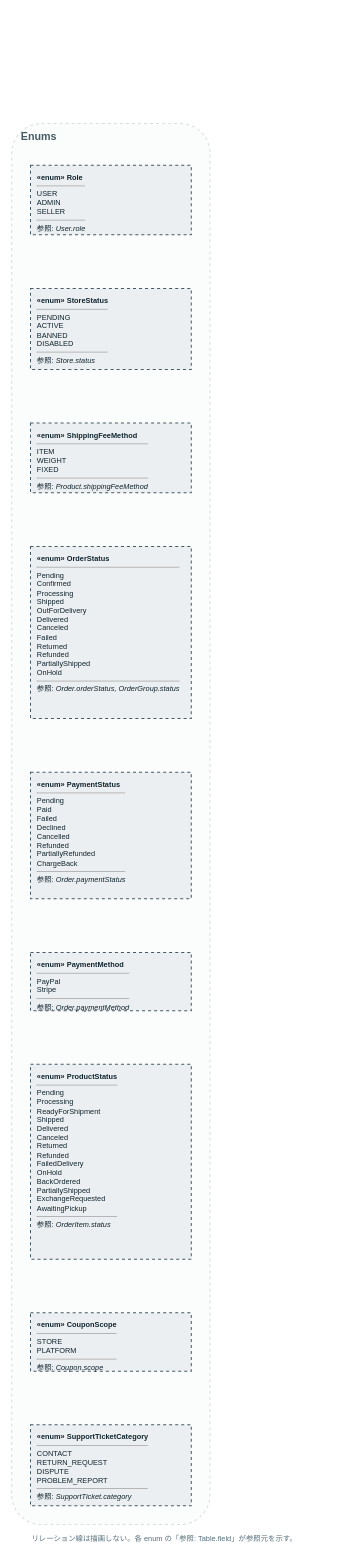
myoshi2891/Multi-Vendor-E-Commerce keeps this draw.io diagram as page "10. Enums" (10 of 10) of docs/architecture/data-model.drawio. Above is the earlier version. Source tidied: cells renumbered, new cells numbered last; positions are measured from the earlier drawing's top-left corner, leaving out a move shared by most shapes. Both pictures are drawn from the tidied source at 67%, with x=0, y=0 at pixel (11, 123).
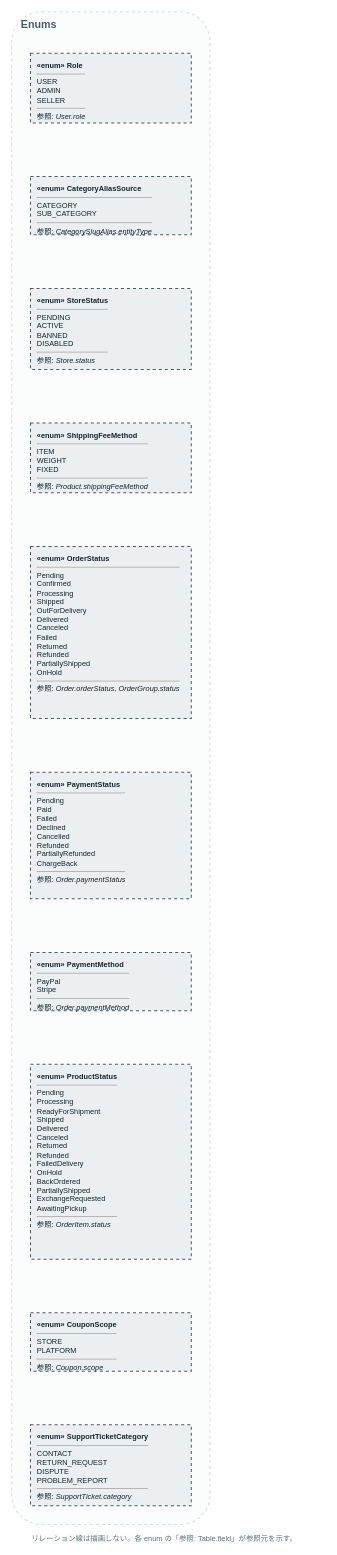
The same diagram, later.

Commit message (it also covers changes not shown here):
feat(db): add category tree columns and CategorySlugAlias (Phase A)

The edit, as a diff of the source:
```diff
@@
 <mxGraphModel>
   <root>
     <mxCell id="0" />
     <mxCell id="1" parent="0" />
     <mxCell id="2" style="rounded=1;fillColor=#ECEFF1;opacity=20;strokeColor=#455A64;dashed=1;strokeWidth=1.5;verticalAlign=top;" parent="1" vertex="1">
-      <mxGeometry width="296" height="2091" as="geometry" />
+      <mxGeometry y="-167" width="296" height="2258" as="geometry" />
     </mxCell>
     <mxCell id="3" value="Enums" style="text;html=1;fontSize=16;fontStyle=1;fontColor=#455A64;align=left;verticalAlign=middle;" parent="1" vertex="1">
-      <mxGeometry x="12" y="6" width="272" height="26" as="geometry" />
+      <mxGeometry x="12" y="-161" width="272" height="26" as="geometry" />
     </mxCell>
     <mxCell id="4" value="リレーション線は描画しない。各 enum の「参照: Table.field」が参照元を示す。" style="text;html=1;fontSize=11;fontColor=#546E7A;align=left;" parent="1" vertex="1">
       <mxGeometry x="28" y="2099" width="440" height="20" as="geometry" />
     </mxCell>
     <mxCell id="5" value="&lt;b&gt;«enum» Role&lt;/b&gt;&lt;hr size=&quot;1&quot;/&gt;USER&lt;br/&gt;ADMIN&lt;br/&gt;SELLER&lt;hr size=&quot;1&quot;/&gt;参照: &lt;i&gt;User.role&lt;/i&gt;" style="rounded=2;whiteSpace=wrap;html=1;align=left;verticalAlign=top;spacingLeft=8;spacingTop=5;fillColor=#ECEFF1;strokeColor=#455A64;strokeWidth=1.5;fontSize=11;fontColor=#10242E;dashed=1;" parent="1" vertex="1">
-      <mxGeometry x="28" y="62" width="240" height="104" as="geometry" />
+      <mxGeometry x="28" y="-105" width="240" height="104" as="geometry" />
     </mxCell>
+    <mxCell id="14" value="&lt;b&gt;«enum» CategoryAliasSource&lt;/b&gt;&lt;hr size=&quot;1&quot;/&gt;CATEGORY&lt;br/&gt;SUB_CATEGORY&lt;hr size=&quot;1&quot;/&gt;参照: &lt;i&gt;CategorySlugAlias.entityType&lt;/i&gt;" style="rounded=2;whiteSpace=wrap;html=1;align=left;verticalAlign=top;spacingLeft=8;spacingTop=5;fillColor=#ECEFF1;strokeColor=#455A64;strokeWidth=1.5;fontSize=11;fontColor=#10242E;dashed=1;" parent="1" vertex="1">
+      <mxGeometry x="28" y="79" width="240" height="87" as="geometry" />
+    </mxCell>
     <mxCell id="6" value="&lt;b&gt;«enum» StoreStatus&lt;/b&gt;&lt;hr size=&quot;1&quot;/&gt;PENDING&lt;br/&gt;ACTIVE&lt;br/&gt;BANNED&lt;br/&gt;DISABLED&lt;hr size=&quot;1&quot;/&gt;参照: &lt;i&gt;Store.status&lt;/i&gt;" style="rounded=2;whiteSpace=wrap;html=1;align=left;verticalAlign=top;spacingLeft=8;spacingTop=5;fillColor=#ECEFF1;strokeColor=#455A64;strokeWidth=1.5;fontSize=11;fontColor=#10242E;dashed=1;" parent="1" vertex="1">
       <mxGeometry x="28" y="246" width="240" height="121" as="geometry" />
     </mxCell>
     <mxCell id="7" value="&lt;b&gt;«enum» ShippingFeeMethod&lt;/b&gt;&lt;hr size=&quot;1&quot;/&gt;ITEM&lt;br/&gt;WEIGHT&lt;br/&gt;FIXED&lt;hr size=&quot;1&quot;/&gt;参照: &lt;i&gt;Product.shippingFeeMethod&lt;/i&gt;" style="rounded=2;whiteSpace=wrap;html=1;align=left;verticalAlign=top;spacingLeft=8;spacingTop=5;fillColor=#ECEFF1;strokeColor=#455A64;strokeWidth=1.5;fontSize=11;fontColor=#10242E;dashed=1;" parent="1" vertex="1">
       <mxGeometry x="28" y="447" width="240" height="104" as="geometry" />
     </mxCell>
     <mxCell id="8" value="&lt;b&gt;«enum» OrderStatus&lt;/b&gt;&lt;hr size=&quot;1&quot;/&gt;Pending&lt;br/&gt;Confirmed&lt;br/&gt;Processing&lt;br/&gt;Shipped&lt;br/&gt;OutForDelivery&lt;br/&gt;Delivered&lt;br/&gt;Canceled&lt;br/&gt;Failed&lt;br/&gt;Returned&lt;br/&gt;Refunded&lt;br/&gt;PartiallyShipped&lt;br/&gt;OnHold&lt;hr size=&quot;1&quot;/&gt;参照: &lt;i&gt;Order.orderStatus, OrderGroup.status&lt;/i&gt;" style="rounded=2;whiteSpace=wrap;html=1;align=left;verticalAlign=top;spacingLeft=8;spacingTop=5;fillColor=#ECEFF1;strokeColor=#455A64;strokeWidth=1.5;fontSize=11;fontColor=#10242E;dashed=1;" parent="1" vertex="1">
       <mxGeometry x="28" y="631" width="240" height="257" as="geometry" />
     </mxCell>
     <mxCell id="9" value="&lt;b&gt;«enum» PaymentStatus&lt;/b&gt;&lt;hr size=&quot;1&quot;/&gt;Pending&lt;br/&gt;Paid&lt;br/&gt;Failed&lt;br/&gt;Declined&lt;br/&gt;Cancelled&lt;br/&gt;Refunded&lt;br/&gt;PartiallyRefunded&lt;br/&gt;ChargeBack&lt;hr size=&quot;1&quot;/&gt;参照: &lt;i&gt;Order.paymentStatus&lt;/i&gt;" style="rounded=2;whiteSpace=wrap;html=1;align=left;verticalAlign=top;spacingLeft=8;spacingTop=5;fillColor=#ECEFF1;strokeColor=#455A64;strokeWidth=1.5;fontSize=11;fontColor=#10242E;dashed=1;" parent="1" vertex="1">
       <mxGeometry x="28" y="968" width="240" height="189" as="geometry" />
     </mxCell>
     <mxCell id="10" value="&lt;b&gt;«enum» PaymentMethod&lt;/b&gt;&lt;hr size=&quot;1&quot;/&gt;PayPal&lt;br/&gt;Stripe&lt;hr size=&quot;1&quot;/&gt;参照: &lt;i&gt;Order.paymentMethod&lt;/i&gt;" style="rounded=2;whiteSpace=wrap;html=1;align=left;verticalAlign=top;spacingLeft=8;spacingTop=5;fillColor=#ECEFF1;strokeColor=#455A64;strokeWidth=1.5;fontSize=11;fontColor=#10242E;dashed=1;" parent="1" vertex="1">
       <mxGeometry x="28" y="1237" width="240" height="87" as="geometry" />
     </mxCell>
     <mxCell id="11" value="&lt;b&gt;«enum» ProductStatus&lt;/b&gt;&lt;hr size=&quot;1&quot;/&gt;Pending&lt;br/&gt;Processing&lt;br/&gt;ReadyForShipment&lt;br/&gt;Shipped&lt;br/&gt;Delivered&lt;br/&gt;Canceled&lt;br/&gt;Returned&lt;br/&gt;Refunded&lt;br/&gt;FailedDelivery&lt;br/&gt;OnHold&lt;br/&gt;BackOrdered&lt;br/&gt;PartiallyShipped&lt;br/&gt;ExchangeRequested&lt;br/&gt;AwaitingPickup&lt;hr size=&quot;1&quot;/&gt;参照: &lt;i&gt;OrderItem.status&lt;/i&gt;" style="rounded=2;whiteSpace=wrap;html=1;align=left;verticalAlign=top;spacingLeft=8;spacingTop=5;fillColor=#ECEFF1;strokeColor=#455A64;strokeWidth=1.5;fontSize=11;fontColor=#10242E;dashed=1;" parent="1" vertex="1">
       <mxGeometry x="28" y="1404" width="240" height="291" as="geometry" />
     </mxCell>
     <mxCell id="12" value="&lt;b&gt;«enum» CouponScope&lt;/b&gt;&lt;hr size=&quot;1&quot;/&gt;STORE&lt;br/&gt;PLATFORM&lt;hr size=&quot;1&quot;/&gt;参照: &lt;i&gt;Coupon.scope&lt;/i&gt;" style="rounded=2;whiteSpace=wrap;html=1;align=left;verticalAlign=top;spacingLeft=8;spacingTop=5;fillColor=#ECEFF1;strokeColor=#455A64;strokeWidth=1.5;fontSize=11;fontColor=#10242E;dashed=1;" parent="1" vertex="1">
       <mxGeometry x="28" y="1775" width="240" height="87" as="geometry" />
     </mxCell>
     <mxCell id="13" value="&lt;b&gt;«enum» SupportTicketCategory&lt;/b&gt;&lt;hr size=&quot;1&quot;/&gt;CONTACT&lt;br/&gt;RETURN_REQUEST&lt;br/&gt;DISPUTE&lt;br/&gt;PROBLEM_REPORT&lt;hr size=&quot;1&quot;/&gt;参照: &lt;i&gt;SupportTicket.category&lt;/i&gt;" style="rounded=2;whiteSpace=wrap;html=1;align=left;verticalAlign=top;spacingLeft=8;spacingTop=5;fillColor=#ECEFF1;strokeColor=#455A64;strokeWidth=1.5;fontSize=11;fontColor=#10242E;dashed=1;" parent="1" vertex="1">
       <mxGeometry x="28" y="1942" width="240" height="121" as="geometry" />
     </mxCell>
   </root>
 </mxGraphModel>
```
